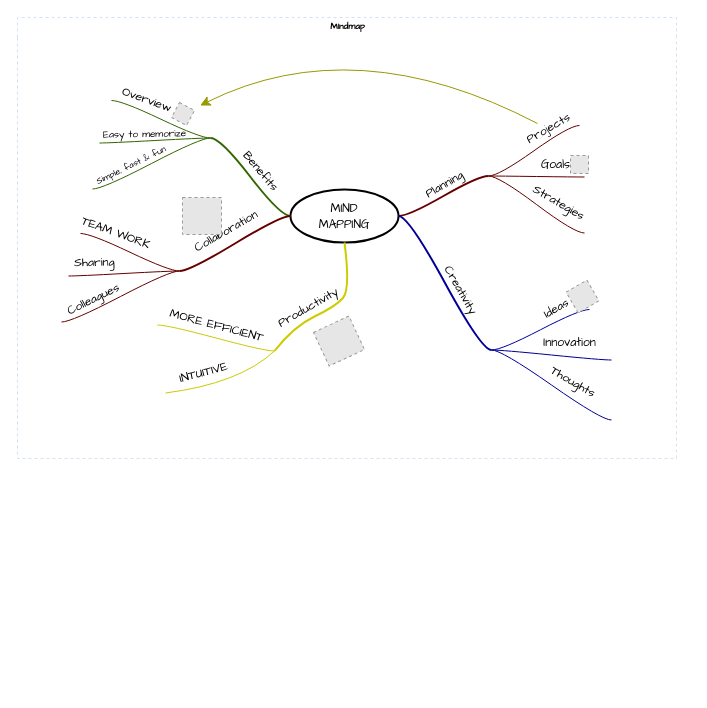
Before: Untitled Diagram.drawio in guoheidanqq/hello, a draw.io diagram. Source tidied: cells renumbered, new cells numbered last; positions are measured from the earlier drawing's top-left corner, leaving out a move shared by most shapes. Both pictures are drawn from the tidied source at 100%, with x=0, y=0 at pixel (17, 17). Pictures stored in the file or linked from it are replaced by grey dashed boxes.
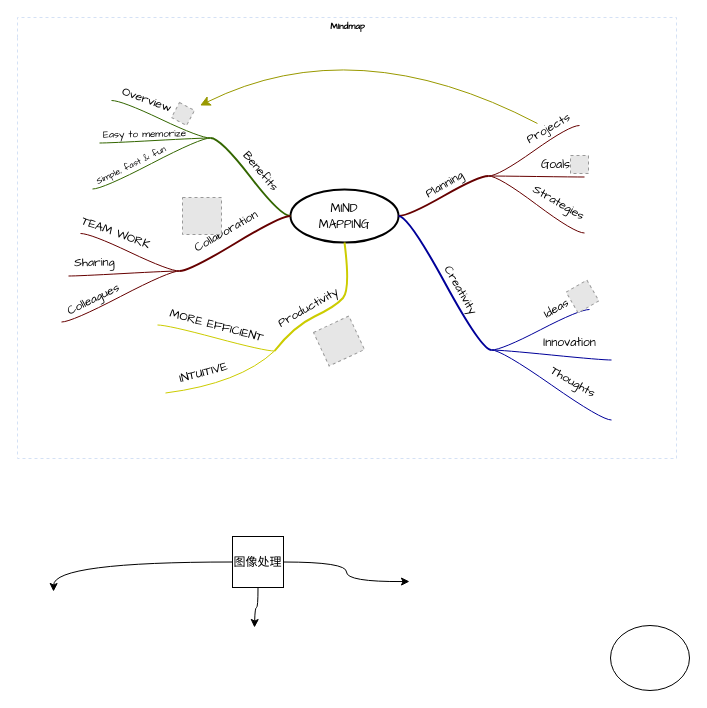
The same page after the edit.

Commit message:
图像处理脑图1

Change to the diagram source:
```diff
@@
+    <mxCell id="72" style="edgeStyle=orthogonalEdgeStyle;rounded=0;jettySize=auto;html=1;curved=1;" parent="1" edge="1" source="75">
+      <mxGeometry relative="1" as="geometry">
+        <mxPoint x="392" y="564" as="targetPoint" />
+      </mxGeometry>
+    </mxCell>
+    <mxCell id="73" style="edgeStyle=orthogonalEdgeStyle;rounded=0;jettySize=auto;html=1;exitX=0.5;exitY=1;exitDx=0;exitDy=0;curved=1;" parent="1" edge="1" source="75">
+      <mxGeometry relative="1" as="geometry">
+        <mxPoint x="237" y="610" as="targetPoint" />
+      </mxGeometry>
+    </mxCell>
+    <mxCell id="74" style="edgeStyle=orthogonalEdgeStyle;rounded=0;jettySize=auto;html=1;exitX=0;exitY=0.5;exitDx=0;exitDy=0;curved=1;" parent="1" edge="1" source="75">
+      <mxGeometry relative="1" as="geometry">
+        <mxPoint x="36" y="574" as="targetPoint" />
+      </mxGeometry>
+    </mxCell>
+    <mxCell id="75" value="图像处理" style="whiteSpace=wrap;html=1;" parent="1" vertex="1">
+      <mxGeometry x="215" y="519" width="51" height="51" as="geometry" />
+    </mxCell>
+    <mxCell id="76" style="ellipse;whiteSpace=wrap;html=1;" parent="1" vertex="1">
+      <mxGeometry x="593" y="608" width="79" height="65" as="geometry" />
+    </mxCell>
```
